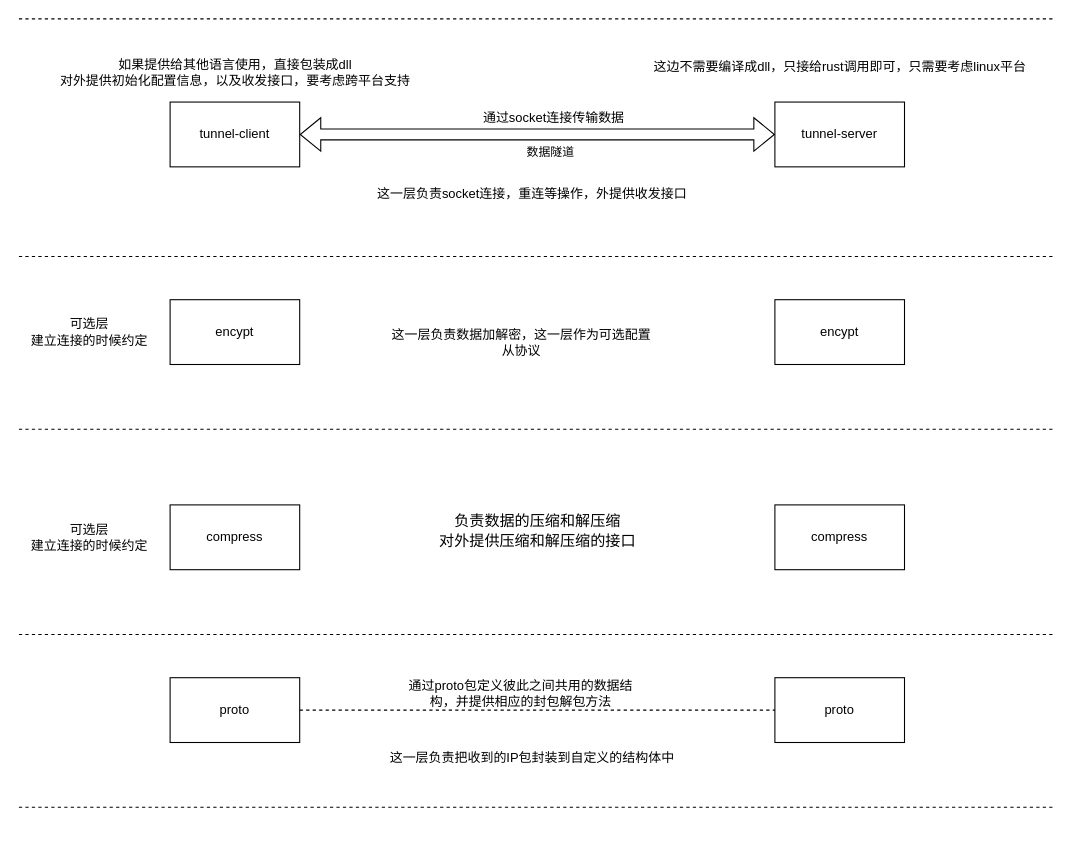
This is 未命名绘图.drawio from c0de-me/c0de, a draw.io file, before an edit. Source tidied: cells renumbered, new cells numbered last; positions are measured from the earlier drawing's top-left corner, leaving out a move shared by most shapes. Both pictures are drawn from the tidied source at 108%, with x=0, y=0 at pixel (18, 18).
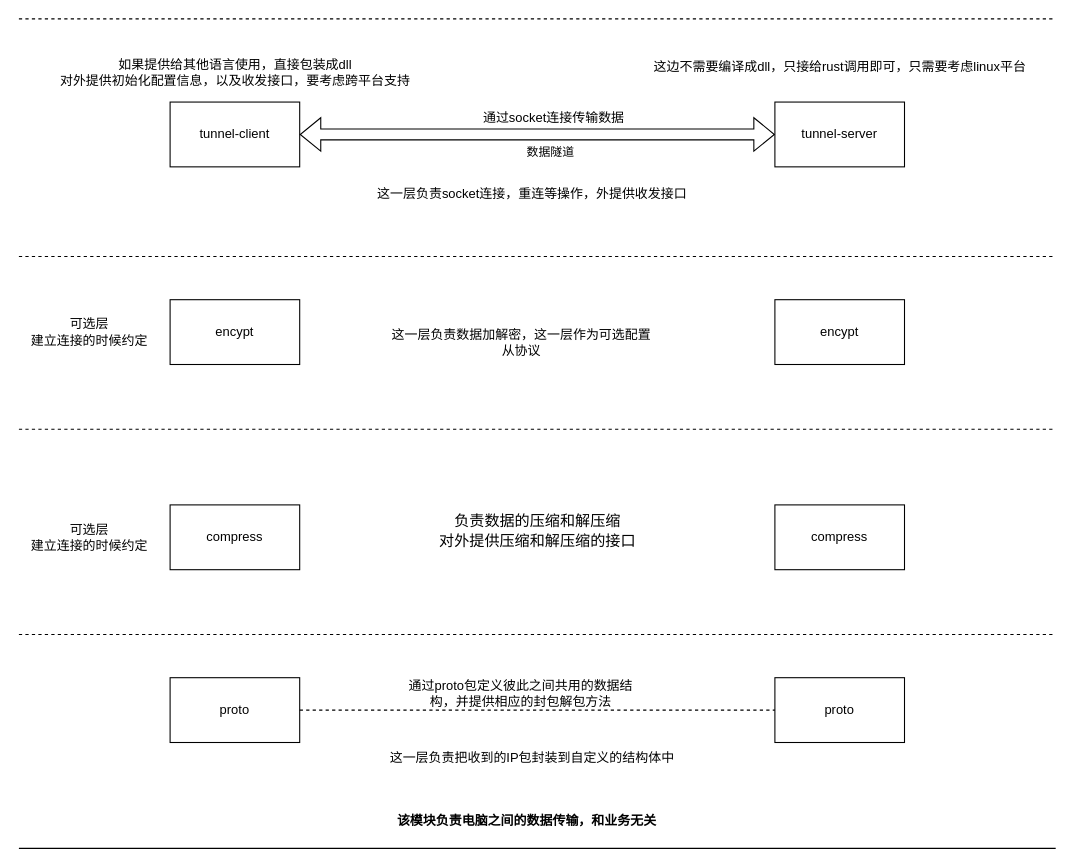
After the change.

Change to the diagram source:
```diff
@@
-    <mxCell id="12" style="endArrow=none;dashed=1;html=1;rounded=0;" parent="1" edge="1">
-      <mxGeometry relative="1" as="geometry">
-        <mxPoint y="730" as="sourcePoint" />
-        <mxPoint x="960" y="730" as="targetPoint" />
-      </mxGeometry>
-    </mxCell>
@@
+    <mxCell id="28" style="endArrow=none;html=1;rounded=0;" parent="1" edge="1">
+      <mxGeometry relative="1" as="geometry">
+        <mxPoint y="768" as="sourcePoint" />
+        <mxPoint x="960" y="768" as="targetPoint" />
+      </mxGeometry>
+    </mxCell>
+    <mxCell id="29" value="该模块负责电脑之间的数据传输，和业务无关" style="text;html=1;align=center;verticalAlign=middle;strokeColor=none;fillColor=none;fontStyle=1;" parent="1" vertex="1">
+      <mxGeometry x="340" y="728" width="260" height="30" as="geometry" />
+    </mxCell>
```
